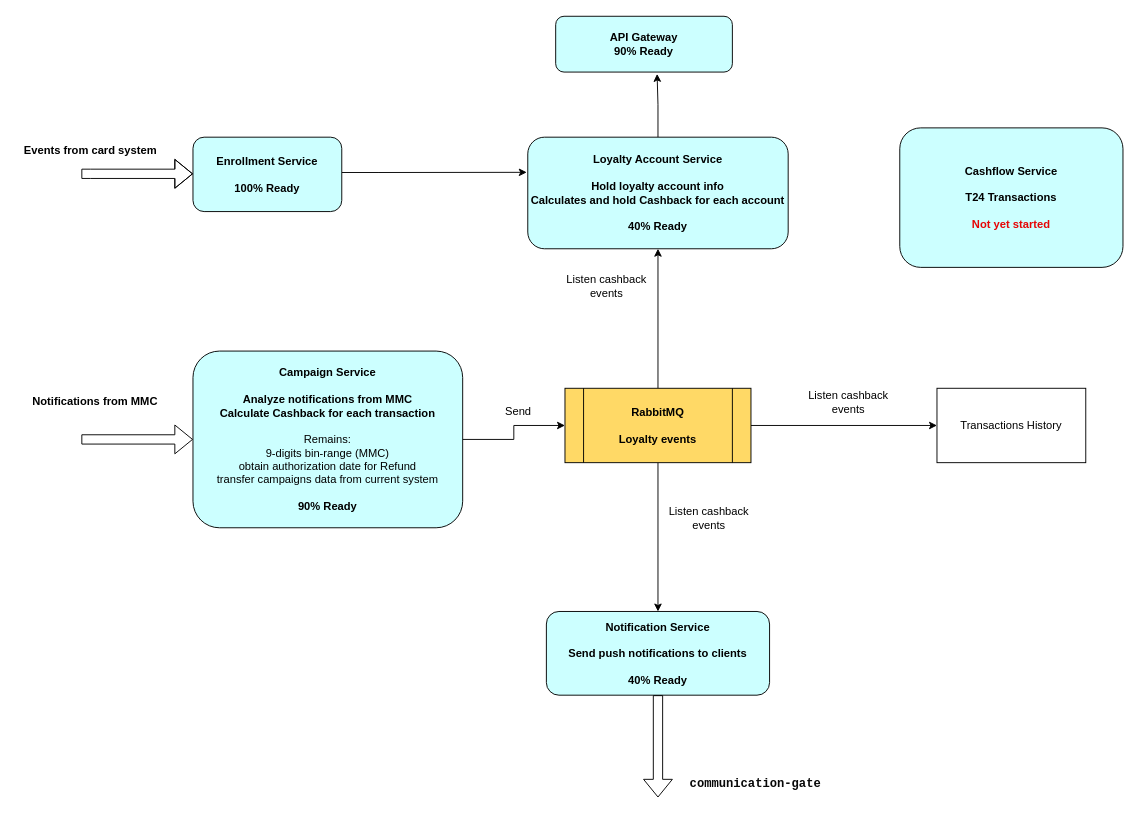
Earlier version of the draw.io diagram Untitled Diagram.drawio (DemiusAcademius/diagrams). Source tidied: cells renumbered, new cells numbered last; positions are measured from the earlier drawing's top-left corner, leaving out a move shared by most shapes. Both pictures are drawn from the tidied source at 93%, with x=0, y=0 at pixel (16, 16).
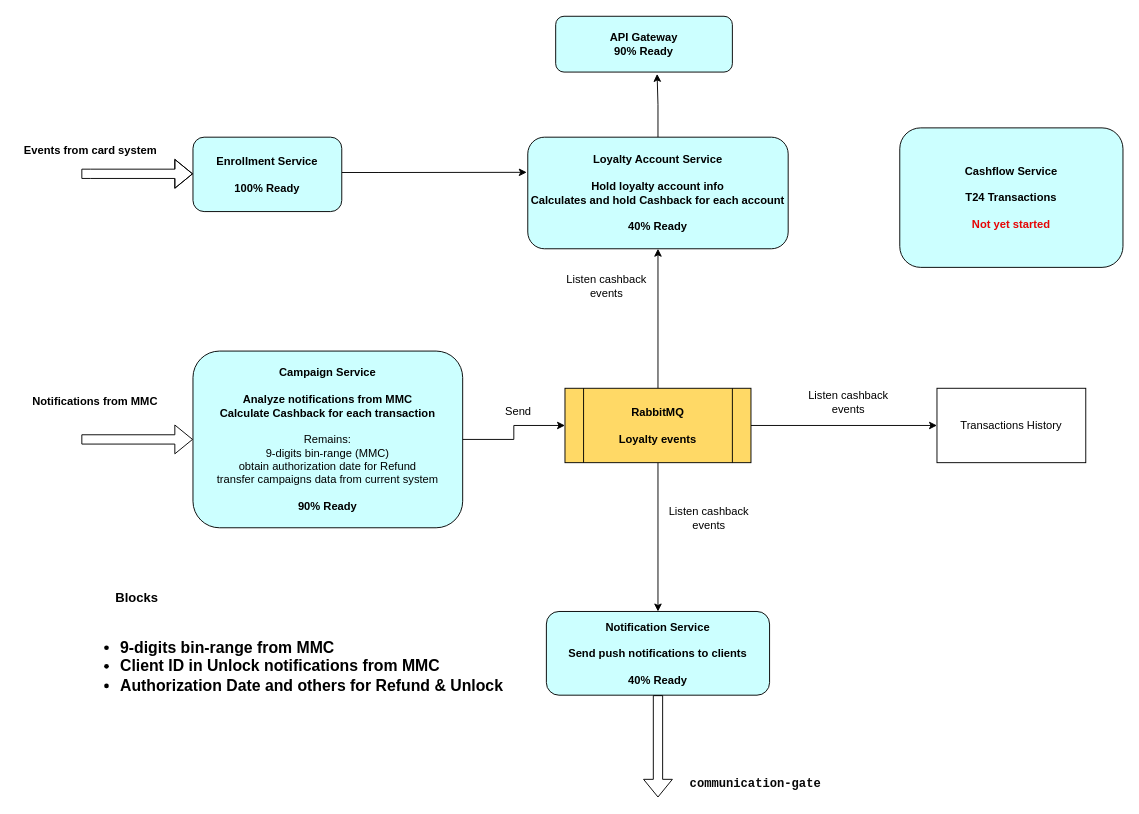
The same diagram, later.

What changed in the source:
```diff
@@
+    <mxCell id="26" value="&lt;ul style=&quot;font-size: 17px;&quot;&gt;&lt;li&gt;&lt;b&gt;9-digits bin-range from MMC&lt;/b&gt;&lt;/li&gt;&lt;li&gt;&lt;b&gt;Client ID in Unlock notifications from MMC&lt;/b&gt;&lt;/li&gt;&lt;li&gt;&lt;b&gt;Authorization Date and others for Refund &amp;amp; Unlock&lt;/b&gt;&lt;/li&gt;&lt;/ul&gt;" style="text;strokeColor=none;fillColor=none;html=1;whiteSpace=wrap;verticalAlign=middle;overflow=hidden;" parent="1" vertex="1">
+      <mxGeometry x="70" y="640" width="470" height="120" as="geometry" />
+    </mxCell>
+    <mxCell id="27" value="&lt;b&gt;&lt;font style=&quot;font-size: 14px;&quot;&gt;Blocks&lt;/font&gt;&lt;/b&gt;" style="text;html=1;strokeColor=none;fillColor=none;align=center;verticalAlign=middle;whiteSpace=wrap;rounded=0;" parent="1" vertex="1">
+      <mxGeometry x="70" y="610" width="120" height="30" as="geometry" />
+    </mxCell>
```
